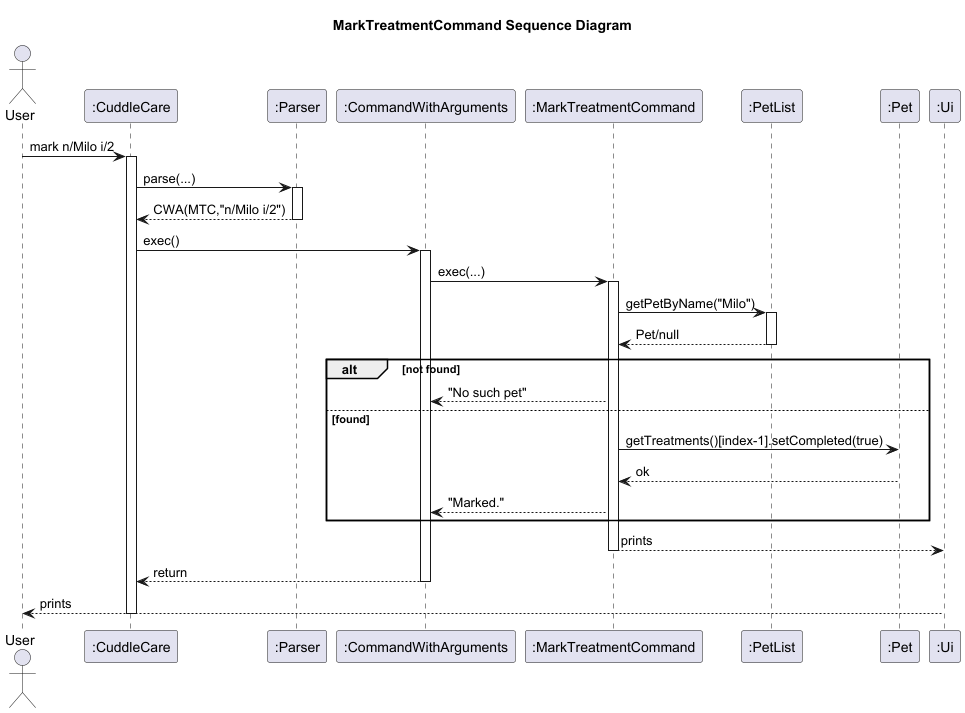
This is docs/diagrams/MarkTreatmentCommand_Sequence_Diagram.png from Kevin88866/tp, a PlantUML export, as it was before one commit.
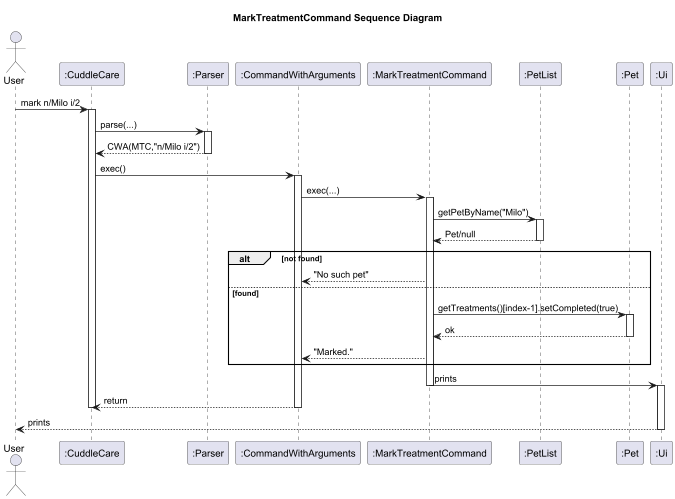
Above is the later version.

Diff of the diagram source:
```diff
@@ -29,13 +29,17 @@
   MTC --> CWA : "No such pet"
 else found
   MTC -> Pet : getTreatments()[index-1].setCompleted(true)
+  activate Pet
   Pet --> MTC : ok
+  deactivate Pet
   MTC --> CWA : "Marked."
 end
-  MTC --> Ui : prints
+  MTC -> Ui : prints
 deactivate MTC
+activate Ui
 CWA --> CuddleCare : return
 deactivate CWA
+deactivate CuddleCare
 Ui --> User : prints
-deactivate CuddleCare
+deactivate Ui
 @enduml
```
